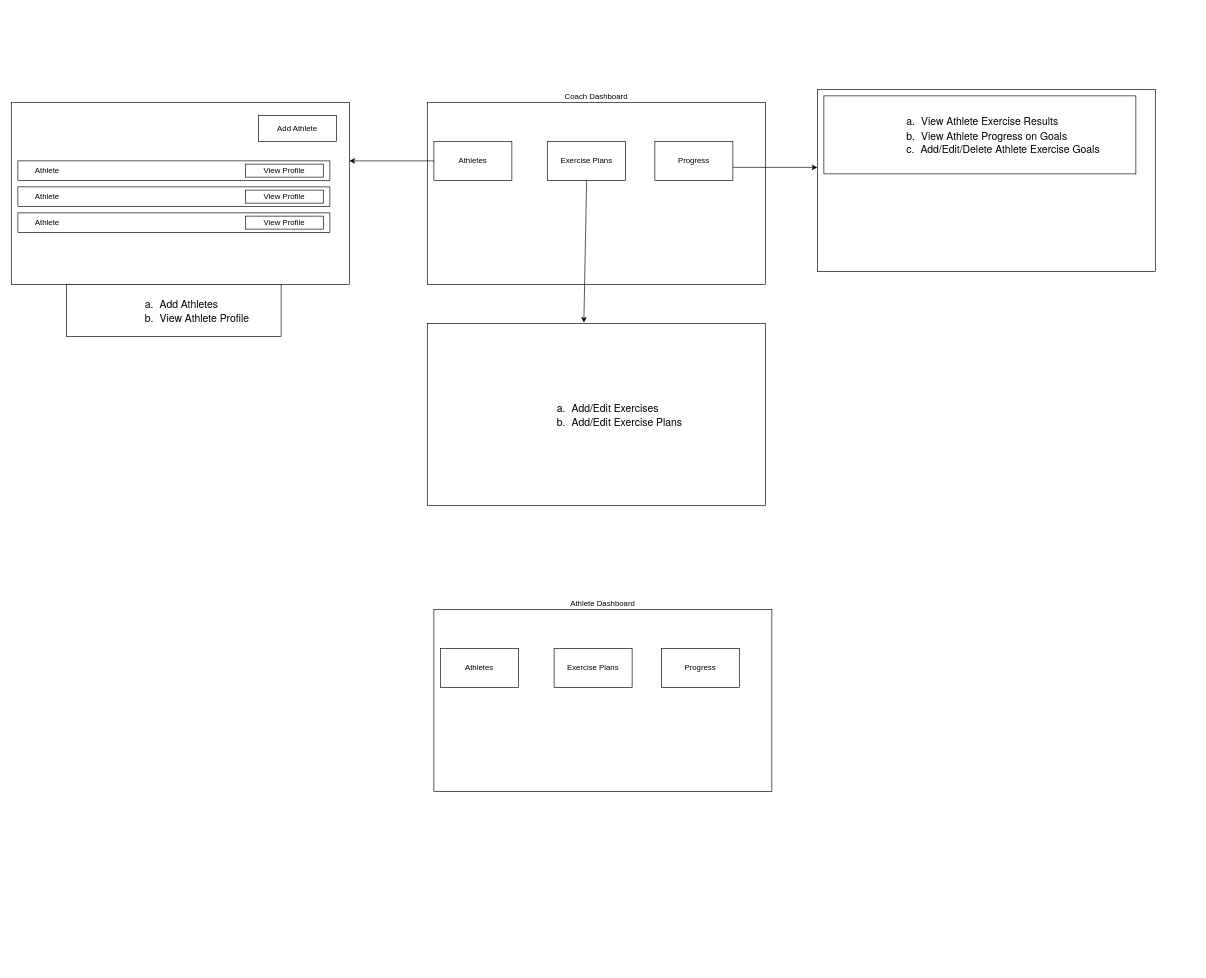
This is flow.drawio from parkerlandes/tracker-frontend, a draw.io file, before an edit. Source tidied: cells renumbered, new cells numbered last; positions are measured from the earlier drawing's top-left corner, leaving out a move shared by most shapes. Both pictures are drawn from the tidied source at 65%, with x=0, y=0 at pixel (11, 89).
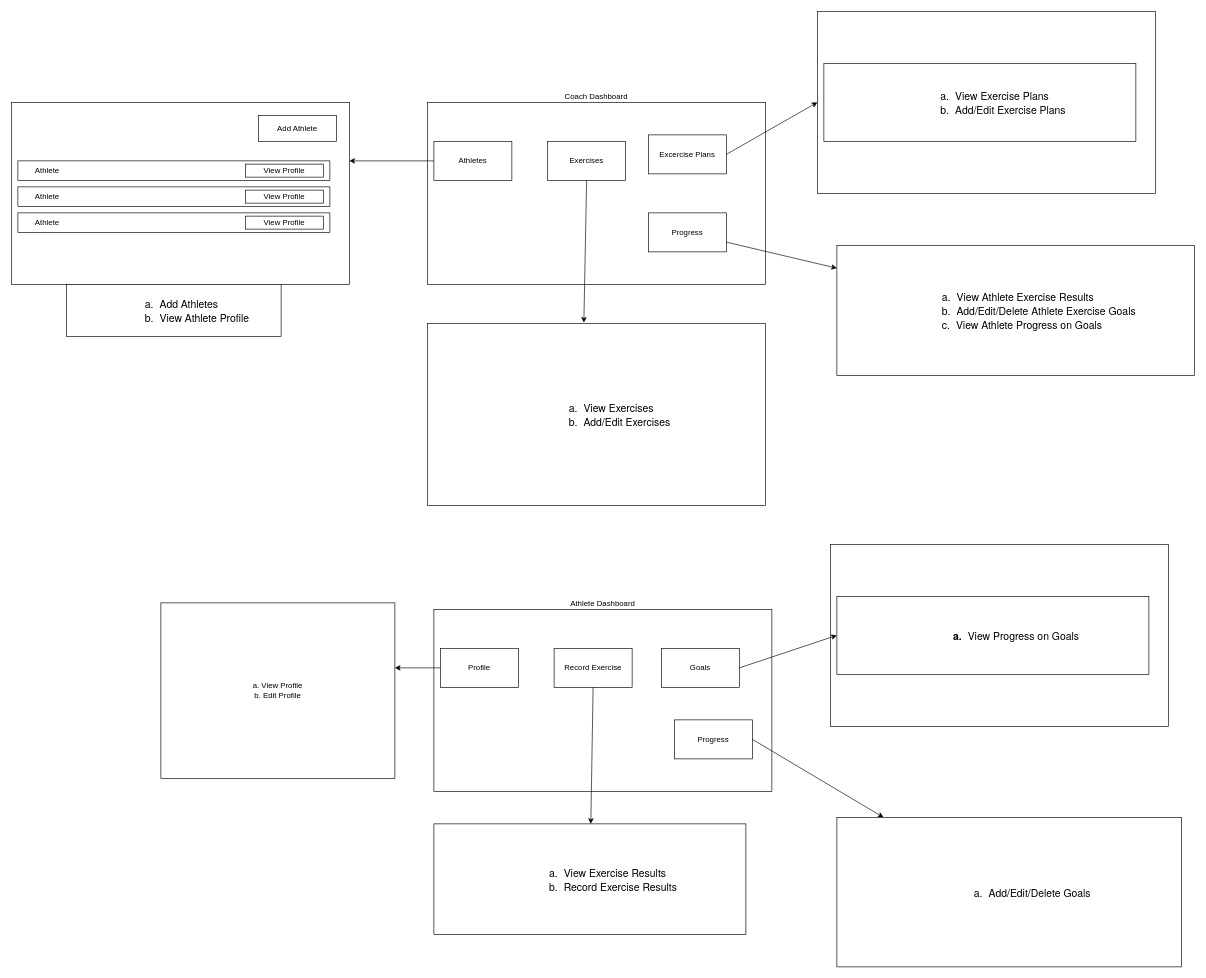
After the change.

The edit, as a diff of the source:
```diff
@@
-    <mxCell id="4" value="Exercise Plans" style="rounded=0;whiteSpace=wrap;html=1;" parent="1" vertex="1">
+    <mxCell id="4" value="Exercises" style="rounded=0;whiteSpace=wrap;html=1;" parent="1" vertex="1">
       <mxGeometry x="825" y="80" width="120" height="60" as="geometry" />
     </mxCell>
     <mxCell id="5" value="Progress" style="rounded=0;whiteSpace=wrap;html=1;" parent="1" vertex="1">
-      <mxGeometry x="990" y="80" width="120" height="60" as="geometry" />
+      <mxGeometry x="980" y="190" width="120" height="60" as="geometry" />
     </mxCell>
@@
-    <mxCell id="15" style="endArrow=classic;html=1;" parent="1" edge="1">
-      <mxGeometry relative="1" as="geometry">
-        <mxPoint x="1110" y="120" as="sourcePoint" />
-        <mxPoint x="1240" y="120" as="targetPoint" />
-      </mxGeometry>
+    <mxCell id="15" style="endArrow=classic;html=1;exitX=1;exitY=0.5;exitDx=0;exitDy=0;entryX=0;entryY=0.5;entryDx=0;entryDy=0;" parent="1" edge="1" source="35" target="16">
+      <mxGeometry relative="1" as="geometry" />
     </mxCell>
     <mxCell id="16" style="rounded=0;whiteSpace=wrap;html=1;" parent="1" vertex="1">
-      <mxGeometry x="1240" width="520" height="280" as="geometry" />
+      <mxGeometry x="1240" y="-120" width="520" height="280" as="geometry" />
     </mxCell>
-    <mxCell id="17" value="&lt;p style=&quot;margin: 0in 0in 0in 1in; line-height: 21.4667px; font-size: 14pt; font-family: &amp;quot;Helvetica Neue&amp;quot;; color: rgb(0, 0, 0); font-weight: bold; text-align: start; text-indent: -0.25in;&quot; class=&quot;TOCHeader1&quot;&gt;&lt;span style=&quot;font-size: 12pt; line-height: 18.4px; font-weight: normal;&quot;&gt;a.&lt;span style=&quot;font-variant-numeric: normal; font-variant-east-asian: normal; font-variant-alternates: normal; font-kerning: auto; font-optical-sizing: auto; font-feature-settings: normal; font-variation-settings: normal; font-stretch: normal; font-size: 7pt; line-height: normal; font-family: &amp;quot;Times New Roman&amp;quot;;&quot;&gt;&amp;nbsp;&amp;nbsp;&amp;nbsp; &lt;/span&gt;&lt;/span&gt;&lt;span style=&quot;font-size: 12pt; line-height: 18.4px; font-weight: normal;&quot;&gt;View Athlete Exercise Results&lt;/span&gt;&lt;/p&gt;&lt;p style=&quot;margin: 0in 0in 0in 1in; line-height: 21.4667px; font-size: 14pt; font-family: &amp;quot;Helvetica Neue&amp;quot;; color: rgb(0, 0, 0); font-weight: bold; text-align: start; text-indent: -0.25in;&quot; class=&quot;TOCHeader1&quot;&gt;&lt;span style=&quot;font-size: 12pt; line-height: 18.4px; font-weight: normal;&quot;&gt;b.&lt;span style=&quot;font-variant-numeric: normal; font-variant-east-asian: normal; font-variant-alternates: normal; font-kerning: auto; font-optical-sizing: auto; font-feature-settings: normal; font-variation-settings: normal; font-stretch: normal; font-size: 7pt; line-height: normal; font-family: &amp;quot;Times New Roman&amp;quot;;&quot;&gt;&amp;nbsp;&amp;nbsp;&amp;nbsp; &lt;/span&gt;&lt;/span&gt;&lt;span style=&quot;font-size: 12pt; line-height: 18.4px; font-weight: normal;&quot;&gt;View Athlete Progress on Goals&lt;/span&gt;&lt;/p&gt;&lt;p style=&quot;margin: 0in 0in 0in 1in; line-height: 21.4667px; font-size: 14pt; font-family: &amp;quot;Helvetica Neue&amp;quot;; color: rgb(0, 0, 0); font-weight: bold; text-align: start; text-indent: -0.25in;&quot; class=&quot;TOCHeader1&quot;&gt;&lt;span style=&quot;font-size: 12pt; line-height: 18.4px; font-weight: normal;&quot;&gt;c.&lt;span style=&quot;font-variant-numeric: normal; font-variant-east-asian: normal; font-variant-alternates: normal; font-kerning: auto; font-optical-sizing: auto; font-feature-settings: normal; font-variation-settings: normal; font-stretch: normal; font-size: 7pt; line-height: normal; font-family: &amp;quot;Times New Roman&amp;quot;;&quot;&gt;&amp;nbsp;&amp;nbsp;&amp;nbsp; &lt;/span&gt;&lt;/span&gt;&lt;span style=&quot;font-size: 12pt; line-height: 18.4px; font-weight: normal;&quot;&gt;Add/Edit/Delete Athlete Exercise Goals&lt;/span&gt;&lt;/p&gt;" style="rounded=0;whiteSpace=wrap;html=1;" parent="1" vertex="1">
-      <mxGeometry x="1250" y="10" width="480" height="120" as="geometry" />
+    <mxCell id="17" value="&lt;p style=&quot;margin: 0in 0in 0in 1in; line-height: 21.4667px; font-size: 14pt; font-family: &amp;quot;Helvetica Neue&amp;quot;; color: rgb(0, 0, 0); font-weight: bold; text-align: start; text-indent: -0.25in;&quot; class=&quot;TOCHeader1&quot;&gt;&lt;span style=&quot;font-size: 12pt; line-height: 18.4px; font-weight: normal;&quot;&gt;a.&lt;span style=&quot;font-variant-numeric: normal; font-variant-east-asian: normal; font-variant-alternates: normal; font-kerning: auto; font-optical-sizing: auto; font-feature-settings: normal; font-variation-settings: normal; font-stretch: normal; font-size: 7pt; line-height: normal; font-family: &amp;quot;Times New Roman&amp;quot;;&quot;&gt;&amp;nbsp;&amp;nbsp;&amp;nbsp; &lt;/span&gt;&lt;/span&gt;&lt;span style=&quot;font-size: 12pt; line-height: 18.4px; font-weight: normal;&quot;&gt;View Exercise Plans&lt;/span&gt;&lt;/p&gt;&lt;p style=&quot;margin: 0in 0in 0in 1in; line-height: 21.4667px; font-size: 14pt; font-family: &amp;quot;Helvetica Neue&amp;quot;; color: rgb(0, 0, 0); font-weight: bold; text-align: start; text-indent: -0.25in;&quot; class=&quot;TOCHeader1&quot;&gt;&lt;span style=&quot;font-size: 12pt; line-height: 18.4px; font-weight: normal;&quot;&gt;b.&lt;span style=&quot;font-variant-numeric: normal; font-variant-east-asian: normal; font-variant-alternates: normal; font-kerning: auto; font-optical-sizing: auto; font-feature-settings: normal; font-variation-settings: normal; font-stretch: normal; font-size: 7pt; line-height: normal; font-family: &amp;quot;Times New Roman&amp;quot;;&quot;&gt;&amp;nbsp;&amp;nbsp;&amp;nbsp; &lt;/span&gt;&lt;/span&gt;&lt;span style=&quot;font-size: 12pt; line-height: 18.4px; font-weight: normal;&quot;&gt;Add/Edit Exercise Plans&lt;/span&gt;&lt;/p&gt;" style="rounded=0;whiteSpace=wrap;html=1;" parent="1" vertex="1">
+      <mxGeometry x="1250" y="-40" width="480" height="120" as="geometry" />
     </mxCell>
@@
-    <mxCell id="19" value="&lt;p style=&quot;margin: 0in 0in 0in 1in; line-height: 21.4667px; font-size: 14pt; font-family: &amp;quot;Helvetica Neue&amp;quot;; color: rgb(0, 0, 0); font-weight: bold; text-align: start; text-indent: -0.25in;&quot; class=&quot;TOCHeader1&quot;&gt;&lt;span style=&quot;font-size: 12pt; line-height: 18.4px; font-weight: normal;&quot;&gt;a.&lt;span style=&quot;font-variant-numeric: normal; font-variant-east-asian: normal; font-variant-alternates: normal; font-kerning: auto; font-optical-sizing: auto; font-feature-settings: normal; font-variation-settings: normal; font-stretch: normal; font-size: 7pt; line-height: normal; font-family: &amp;quot;Times New Roman&amp;quot;;&quot;&gt;&amp;nbsp;&amp;nbsp;&amp;nbsp; &lt;/span&gt;&lt;/span&gt;&lt;span style=&quot;font-size: 12pt; line-height: 18.4px; font-weight: normal;&quot;&gt;Add/Edit Exercises&lt;/span&gt;&lt;/p&gt;&lt;p style=&quot;margin: 0in 0in 0in 1in; line-height: 21.4667px; font-size: 14pt; font-family: &amp;quot;Helvetica Neue&amp;quot;; color: rgb(0, 0, 0); font-weight: bold; text-align: start; text-indent: -0.25in;&quot; class=&quot;TOCHeader1&quot;&gt;&lt;span style=&quot;font-size: 12pt; line-height: 18.4px; font-weight: normal;&quot;&gt;b.&lt;span style=&quot;font-variant-numeric: normal; font-variant-east-asian: normal; font-variant-alternates: normal; font-kerning: auto; font-optical-sizing: auto; font-feature-settings: normal; font-variation-settings: normal; font-stretch: normal; font-size: 7pt; line-height: normal; font-family: &amp;quot;Times New Roman&amp;quot;;&quot;&gt;&amp;nbsp;&amp;nbsp;&amp;nbsp; &lt;/span&gt;&lt;/span&gt;&lt;span style=&quot;font-size: 12pt; line-height: 18.4px; font-weight: normal;&quot;&gt;Add/Edit Exercise Plans&lt;/span&gt;&lt;/p&gt;" style="rounded=0;whiteSpace=wrap;html=1;" parent="1" vertex="1">
+    <mxCell id="19" value="&lt;p style=&quot;margin: 0in 0in 0in 1in; line-height: 21.4667px; font-size: 14pt; font-family: &amp;quot;Helvetica Neue&amp;quot;; color: rgb(0, 0, 0); font-weight: bold; text-align: start; text-indent: -0.25in;&quot; class=&quot;TOCHeader1&quot;&gt;&lt;span style=&quot;font-size: 12pt; line-height: 18.4px; font-weight: normal;&quot;&gt;a.&lt;span style=&quot;font-variant-numeric: normal; font-variant-east-asian: normal; font-variant-alternates: normal; font-kerning: auto; font-optical-sizing: auto; font-feature-settings: normal; font-variation-settings: normal; font-stretch: normal; font-size: 7pt; line-height: normal; font-family: &amp;quot;Times New Roman&amp;quot;;&quot;&gt;&amp;nbsp;&amp;nbsp;&amp;nbsp; &lt;/span&gt;&lt;/span&gt;&lt;span style=&quot;font-size: 12pt; line-height: 18.4px; font-weight: normal;&quot;&gt;View Exercises&lt;/span&gt;&lt;/p&gt;&lt;p style=&quot;margin: 0in 0in 0in 1in; line-height: 21.4667px; font-size: 14pt; font-family: &amp;quot;Helvetica Neue&amp;quot;; color: rgb(0, 0, 0); font-weight: bold; text-align: start; text-indent: -0.25in;&quot; class=&quot;TOCHeader1&quot;&gt;&lt;span style=&quot;font-size: 12pt; line-height: 18.4px; font-weight: normal;&quot;&gt;b.&lt;span style=&quot;font-variant-numeric: normal; font-variant-east-asian: normal; font-variant-alternates: normal; font-kerning: auto; font-optical-sizing: auto; font-feature-settings: normal; font-variation-settings: normal; font-stretch: normal; font-size: 7pt; line-height: normal; font-family: &amp;quot;Times New Roman&amp;quot;;&quot;&gt;&amp;nbsp;&amp;nbsp;&amp;nbsp; &lt;/span&gt;&lt;/span&gt;&lt;span style=&quot;font-size: 12pt; line-height: 18.4px; font-weight: normal;&quot;&gt;Add/Edit Exercises&lt;/span&gt;&lt;/p&gt;" style="rounded=0;whiteSpace=wrap;html=1;" parent="1" vertex="1">
       <mxGeometry x="640" y="360" width="520" height="280" as="geometry" />
     </mxCell>
@@
-    <mxCell id="22" value="Athletes" style="rounded=0;whiteSpace=wrap;html=1;" parent="1" vertex="1">
+    <mxCell id="22" value="Profile" style="rounded=0;whiteSpace=wrap;html=1;" parent="1" vertex="1">
       <mxGeometry x="660" y="860" width="120" height="60" as="geometry" />
     </mxCell>
-    <mxCell id="23" value="Exercise Plans" style="rounded=0;whiteSpace=wrap;html=1;" parent="1" vertex="1">
+    <mxCell id="23" value="Record Exercise" style="rounded=0;whiteSpace=wrap;html=1;" parent="1" vertex="1">
       <mxGeometry x="835" y="860" width="120" height="60" as="geometry" />
     </mxCell>
-    <mxCell id="24" value="Progress" style="rounded=0;whiteSpace=wrap;html=1;" parent="1" vertex="1">
+    <mxCell id="24" value="Goals" style="rounded=0;whiteSpace=wrap;html=1;" parent="1" vertex="1">
       <mxGeometry x="1000" y="860" width="120" height="60" as="geometry" />
     </mxCell>
+    <mxCell id="25" style="rounded=0;whiteSpace=wrap;html=1;" parent="1" vertex="1">
+      <mxGeometry x="1260" y="700" width="520" height="280" as="geometry" />
+    </mxCell>
+    <mxCell id="26" value="&lt;p style=&quot;margin: 0in 0in 0in 1in; line-height: 21.4667px; font-size: 14pt; font-family: &amp;quot;Helvetica Neue&amp;quot;; color: rgb(0, 0, 0); font-weight: bold; text-align: start; text-indent: -0.25in;&quot; class=&quot;TOCHeader1&quot;&gt;&lt;span style=&quot;font-size: 12pt; line-height: 18.4px;&quot;&gt;a.&lt;span style=&quot;font-variant-numeric: normal; font-variant-east-asian: normal; font-variant-alternates: normal; font-kerning: auto; font-optical-sizing: auto; font-feature-settings: normal; font-variation-settings: normal; font-weight: normal; font-stretch: normal; font-size: 7pt; line-height: normal; font-family: &amp;quot;Times New Roman&amp;quot;;&quot;&gt;&amp;nbsp;&amp;nbsp;&amp;nbsp; &lt;/span&gt;&lt;/span&gt;&lt;span style=&quot;font-size: 12pt; line-height: 18.4px; font-weight: normal;&quot;&gt;View Progress on Goals&lt;/span&gt;&lt;span style=&quot;font-size: 12pt; line-height: 18.4px;&quot;&gt;&lt;/span&gt;&lt;/p&gt;" style="rounded=0;whiteSpace=wrap;html=1;" parent="1" vertex="1">
+      <mxGeometry x="1270" y="780" width="480" height="120" as="geometry" />
+    </mxCell>
+    <mxCell id="27" style="endArrow=classic;html=1;exitX=1;exitY=0.5;exitDx=0;exitDy=0;entryX=0;entryY=0.5;entryDx=0;entryDy=0;" parent="1" edge="1" source="24" target="26">
+      <mxGeometry relative="1" as="geometry" />
+    </mxCell>
+    <mxCell id="28" style="endArrow=classic;html=1;exitX=0;exitY=0.5;exitDx=0;exitDy=0;" parent="1" edge="1" source="22">
+      <mxGeometry relative="1" as="geometry">
+        <mxPoint x="590" y="890" as="targetPoint" />
+      </mxGeometry>
+    </mxCell>
+    <mxCell id="29" value="a. View Profile&lt;div&gt;b. Edit Profile&lt;/div&gt;" style="rounded=0;whiteSpace=wrap;html=1;" parent="1" vertex="1">
+      <mxGeometry x="230" y="790" width="360" height="270" as="geometry" />
+    </mxCell>
+    <mxCell id="30" style="endArrow=classic;html=1;exitX=0.5;exitY=1;exitDx=0;exitDy=0;" parent="1" edge="1" source="23" target="31">
+      <mxGeometry relative="1" as="geometry" />
+    </mxCell>
+    <mxCell id="31" value="&lt;p style=&quot;margin: 0in 0in 0in 1in; line-height: 21.4667px; font-size: 14pt; font-family: &amp;quot;Helvetica Neue&amp;quot;; color: rgb(0, 0, 0); font-weight: bold; text-align: start; text-indent: -0.25in;&quot; class=&quot;TOCHeader1&quot;&gt;&lt;span style=&quot;font-size: 12pt; line-height: 18.4px; font-weight: normal;&quot;&gt;a.&lt;span style=&quot;font-variant-numeric: normal; font-variant-east-asian: normal; font-variant-alternates: normal; font-kerning: auto; font-optical-sizing: auto; font-feature-settings: normal; font-variation-settings: normal; font-stretch: normal; font-size: 7pt; line-height: normal; font-family: &amp;quot;Times New Roman&amp;quot;;&quot;&gt;&amp;nbsp;&amp;nbsp;&amp;nbsp; &lt;/span&gt;&lt;/span&gt;&lt;span style=&quot;font-size: 12pt; line-height: 18.4px; font-weight: normal;&quot;&gt;View Exercise Results&lt;/span&gt;&lt;/p&gt;&lt;p style=&quot;margin: 0in 0in 0in 1in; line-height: 21.4667px; font-size: 14pt; font-family: &amp;quot;Helvetica Neue&amp;quot;; color: rgb(0, 0, 0); font-weight: bold; text-align: start; text-indent: -0.25in;&quot; class=&quot;TOCHeader1&quot;&gt;&lt;span style=&quot;font-size: 12pt; line-height: 18.4px; font-weight: normal;&quot;&gt;b.&lt;span style=&quot;font-variant-numeric: normal; font-variant-east-asian: normal; font-variant-alternates: normal; font-kerning: auto; font-optical-sizing: auto; font-feature-settings: normal; font-variation-settings: normal; font-stretch: normal; font-size: 7pt; line-height: normal; font-family: &amp;quot;Times New Roman&amp;quot;;&quot;&gt;&amp;nbsp;&amp;nbsp;&amp;nbsp; &lt;/span&gt;&lt;/span&gt;&lt;span style=&quot;font-size: 12pt; line-height: 18.4px; font-weight: normal;&quot;&gt;Record Exercise Results&lt;/span&gt;&lt;/p&gt;" style="rounded=0;whiteSpace=wrap;html=1;" parent="1" vertex="1">
+      <mxGeometry x="650" y="1130" width="480" height="170" as="geometry" />
+    </mxCell>
+    <mxCell id="32" value="Progress" style="rounded=0;whiteSpace=wrap;html=1;" parent="1" vertex="1">
+      <mxGeometry x="1020" y="970" width="120" height="60" as="geometry" />
+    </mxCell>
+    <mxCell id="33" style="endArrow=classic;html=1;exitX=1;exitY=0.5;exitDx=0;exitDy=0;" parent="1" edge="1" source="32" target="34">
+      <mxGeometry relative="1" as="geometry" />
+    </mxCell>
+    <mxCell id="34" value="&lt;p style=&quot;margin: 0in 0in 0in 1in; line-height: 21.4667px; font-size: 14pt; font-family: &amp;quot;Helvetica Neue&amp;quot;; color: rgb(0, 0, 0); font-weight: bold; text-align: start; text-indent: -0.25in;&quot; class=&quot;TOCHeader1&quot;&gt;&lt;span style=&quot;font-size: 12pt; line-height: 18.4px; font-weight: normal;&quot;&gt;a.&lt;span style=&quot;font-variant-numeric: normal; font-variant-east-asian: normal; font-variant-alternates: normal; font-kerning: auto; font-optical-sizing: auto; font-feature-settings: normal; font-variation-settings: normal; font-stretch: normal; font-size: 7pt; line-height: normal; font-family: &amp;quot;Times New Roman&amp;quot;;&quot;&gt;&amp;nbsp;&amp;nbsp;&amp;nbsp; &lt;/span&gt;&lt;/span&gt;&lt;span style=&quot;font-size: 12pt; line-height: 18.4px; font-weight: normal;&quot;&gt;Add/Edit/Delete Goals&lt;/span&gt;&lt;/p&gt;" style="rounded=0;whiteSpace=wrap;html=1;" parent="1" vertex="1">
+      <mxGeometry x="1270" y="1120" width="530" height="230" as="geometry" />
+    </mxCell>
+    <mxCell id="35" value="Excercise Plans" style="rounded=0;whiteSpace=wrap;html=1;" parent="1" vertex="1">
+      <mxGeometry x="980" y="70" width="120" height="60" as="geometry" />
+    </mxCell>
+    <mxCell id="36" style="endArrow=classic;html=1;exitX=1;exitY=0.75;exitDx=0;exitDy=0;" parent="1" edge="1" source="5" target="37">
+      <mxGeometry relative="1" as="geometry" />
+    </mxCell>
+    <mxCell id="37" value="&lt;p style=&quot;margin: 0in 0in 0in 1in; line-height: 21.4667px; font-size: 14pt; font-family: &amp;quot;Helvetica Neue&amp;quot;; color: rgb(0, 0, 0); font-weight: bold; text-align: start; text-indent: -0.25in;&quot; class=&quot;TOCHeader1&quot;&gt;&lt;span style=&quot;font-size: 12pt; line-height: 18.4px; font-weight: normal;&quot;&gt;a.&lt;span style=&quot;font-variant-numeric: normal; font-variant-east-asian: normal; font-variant-alternates: normal; font-kerning: auto; font-optical-sizing: auto; font-feature-settings: normal; font-variation-settings: normal; font-stretch: normal; font-size: 7pt; line-height: normal; font-family: &amp;quot;Times New Roman&amp;quot;;&quot;&gt;&amp;nbsp;&amp;nbsp;&amp;nbsp; &lt;/span&gt;&lt;/span&gt;&lt;span style=&quot;font-size: 12pt; line-height: 18.4px; font-weight: normal;&quot;&gt;View Athlete Exercise Results&lt;/span&gt;&lt;/p&gt;&lt;p style=&quot;margin: 0in 0in 0in 1in; line-height: 21.4667px; font-size: 14pt; font-family: &amp;quot;Helvetica Neue&amp;quot;; color: rgb(0, 0, 0); font-weight: bold; text-align: start; text-indent: -0.25in;&quot; class=&quot;TOCHeader1&quot;&gt;&lt;span style=&quot;font-size: 12pt; line-height: 18.4px; font-weight: normal;&quot;&gt;b.&lt;span style=&quot;font-variant-numeric: normal; font-variant-east-asian: normal; font-variant-alternates: normal; font-kerning: auto; font-optical-sizing: auto; font-feature-settings: normal; font-variation-settings: normal; font-stretch: normal; font-size: 7pt; line-height: normal; font-family: &amp;quot;Times New Roman&amp;quot;;&quot;&gt;&amp;nbsp;&amp;nbsp;&amp;nbsp; &lt;/span&gt;&lt;/span&gt;&lt;span style=&quot;font-size: 12pt; line-height: 18.4px; font-weight: normal;&quot;&gt;Add/Edit/Delete Athlete Exercise Goals&lt;/span&gt;&lt;/p&gt;&lt;p style=&quot;margin: 0in 0in 0in 1in; line-height: 21.4667px; font-size: 14pt; font-family: &amp;quot;Helvetica Neue&amp;quot;; color: rgb(0, 0, 0); font-weight: bold; text-align: start; text-indent: -0.25in;&quot; class=&quot;TOCHeader1&quot;&gt;&lt;span style=&quot;font-size: 12pt; line-height: 18.4px; font-weight: normal;&quot;&gt;c.&lt;span style=&quot;font-variant-numeric: normal; font-variant-east-asian: normal; font-variant-alternates: normal; font-kerning: auto; font-optical-sizing: auto; font-feature-settings: normal; font-variation-settings: normal; font-stretch: normal; font-size: 7pt; line-height: normal; font-family: &amp;quot;Times New Roman&amp;quot;;&quot;&gt;&amp;nbsp;&amp;nbsp;&amp;nbsp; &lt;/span&gt;&lt;/span&gt;&lt;span style=&quot;font-size: 12pt; line-height: 18.4px; font-weight: normal;&quot;&gt;View Athlete Progress on Goals&lt;/span&gt;&lt;/p&gt;" style="rounded=0;whiteSpace=wrap;html=1;" parent="1" vertex="1">
+      <mxGeometry x="1270" y="240" width="550" height="200" as="geometry" />
+    </mxCell>
```
